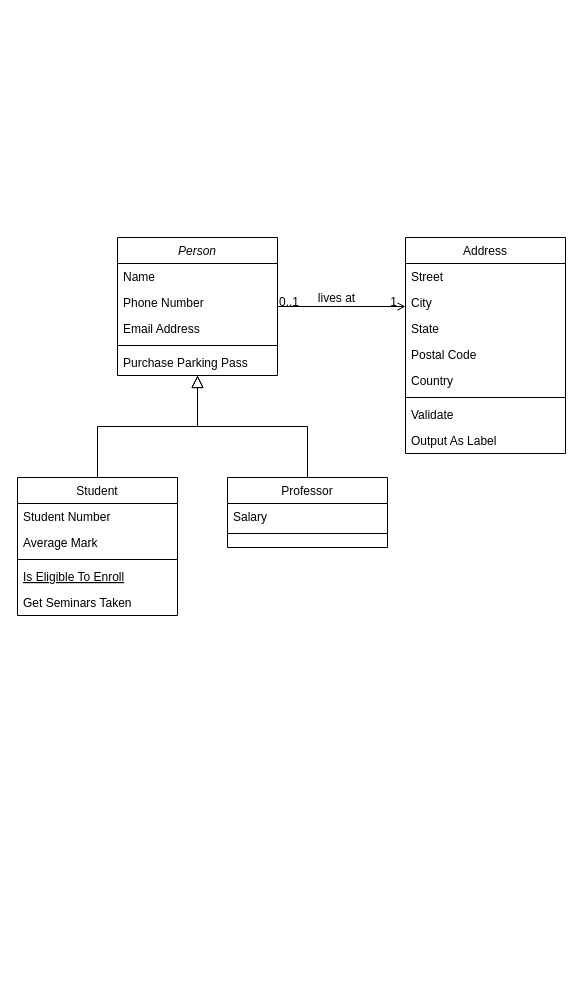
This is Bank System.drawio from reidtc82/banking-system-project, a draw.io file, before an edit. Source tidied: cells renumbered, new cells numbered last; positions are measured from the earlier drawing's top-left corner, leaving out a move shared by most shapes. Both pictures are drawn from the tidied source at 100%, with x=0, y=0 at pixel (17, 237).
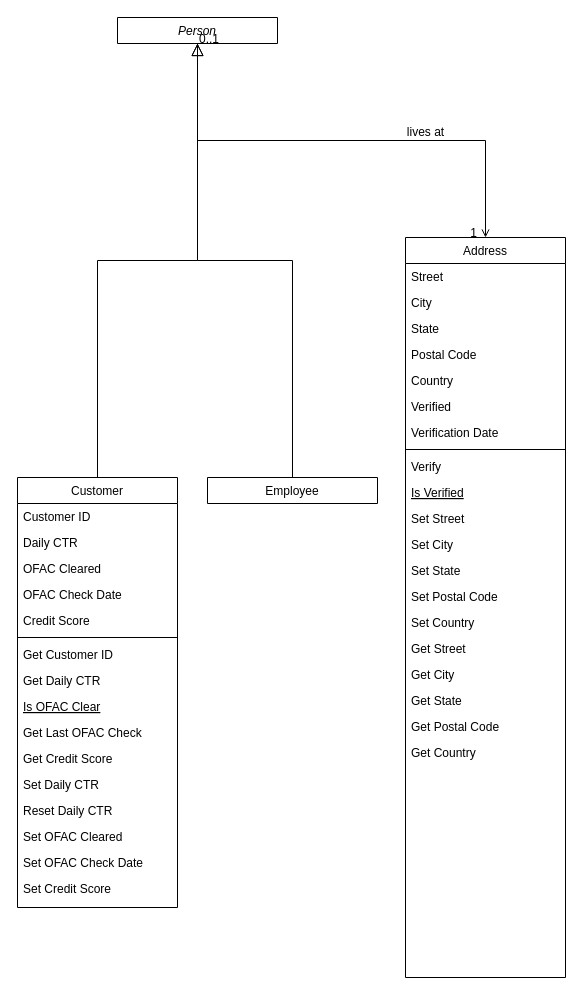
After the change.

Change to the diagram source:
```diff
@@
-    <mxCell id="2" value="Person" style="swimlane;fontStyle=2;align=center;verticalAlign=top;horizontal=1;startSize=26;rounded=0;shadow=0;strokeWidth=1;" parent="1" vertex="1">
-      <mxGeometry x="100" width="160" height="138" as="geometry" />
+    <mxCell id="2" value="Person" style="swimlane;fontStyle=2;align=center;verticalAlign=top;horizontal=1;startSize=26;rounded=0;shadow=0;strokeWidth=1;" parent="1" vertex="1" collapsed="1">
+      <mxGeometry x="100" y="-220" width="160" height="26" as="geometry" />
     </mxCell>
-    <mxCell id="3" value="Name" style="text;align=left;verticalAlign=top;spacingLeft=4;spacingRight=4;overflow=hidden;" parent="2" vertex="1">
-      <mxGeometry y="26" width="160" height="26" as="geometry" />
-    </mxCell>
-    <mxCell id="4" value="Phone Number" style="text;align=left;verticalAlign=top;spacingLeft=4;spacingRight=4;overflow=hidden;rounded=0;shadow=0;html=0;" parent="2" vertex="1">
-      <mxGeometry y="52" width="160" height="26" as="geometry" />
-    </mxCell>
-    <mxCell id="5" value="Email Address" style="text;align=left;verticalAlign=top;spacingLeft=4;spacingRight=4;overflow=hidden;rounded=0;shadow=0;html=0;" parent="2" vertex="1">
-      <mxGeometry y="78" width="160" height="26" as="geometry" />
-    </mxCell>
-    <mxCell id="6" style="line;html=1;strokeWidth=1;align=left;verticalAlign=middle;spacingTop=-1;spacingLeft=3;spacingRight=3;labelPosition=right;" parent="2" vertex="1">
-      <mxGeometry y="104" width="160" height="8" as="geometry" />
-    </mxCell>
-    <mxCell id="7" value="Purchase Parking Pass" style="text;align=left;verticalAlign=top;spacingLeft=4;spacingRight=4;overflow=hidden;" parent="2" vertex="1">
-      <mxGeometry y="112" width="160" height="26" as="geometry" />
-    </mxCell>
-    <mxCell id="8" value="Student" style="swimlane;fontStyle=0;align=center;verticalAlign=top;horizontal=1;startSize=26;rounded=0;shadow=0;strokeWidth=1;" parent="1" vertex="1">
-      <mxGeometry y="240" width="160" height="138" as="geometry" />
+    <mxCell id="8" value="Customer" style="swimlane;fontStyle=0;align=center;verticalAlign=top;horizontal=1;startSize=26;rounded=0;shadow=0;strokeWidth=1;" parent="1" vertex="1">
+      <mxGeometry y="240" width="160" height="430" as="geometry" />
     </mxCell>
-    <mxCell id="9" value="Student Number" style="text;align=left;verticalAlign=top;spacingLeft=4;spacingRight=4;overflow=hidden;" parent="8" vertex="1">
+    <mxCell id="9" value="Customer ID" style="text;align=left;verticalAlign=top;spacingLeft=4;spacingRight=4;overflow=hidden;" parent="8" vertex="1">
       <mxGeometry y="26" width="160" height="26" as="geometry" />
     </mxCell>
-    <mxCell id="10" value="Average Mark" style="text;align=left;verticalAlign=top;spacingLeft=4;spacingRight=4;overflow=hidden;rounded=0;shadow=0;html=0;" parent="8" vertex="1">
-      <mxGeometry y="52" width="160" height="26" as="geometry" />
-    </mxCell>
+    <mxCell id="32" value="Daily CTR" style="text;align=left;verticalAlign=top;spacingLeft=4;spacingRight=4;overflow=hidden;" parent="8" vertex="1">
+      <mxGeometry y="52" width="160" height="26" as="geometry" />
+    </mxCell>
+    <mxCell id="33" value="OFAC Cleared" style="text;align=left;verticalAlign=top;spacingLeft=4;spacingRight=4;overflow=hidden;" parent="8" vertex="1">
+      <mxGeometry y="78" width="160" height="26" as="geometry" />
+    </mxCell>
+    <mxCell id="34" value="OFAC Check Date" style="text;align=left;verticalAlign=top;spacingLeft=4;spacingRight=4;overflow=hidden;" parent="8" vertex="1">
+      <mxGeometry y="104" width="160" height="26" as="geometry" />
+    </mxCell>
+    <mxCell id="35" value="Credit Score" style="text;align=left;verticalAlign=top;spacingLeft=4;spacingRight=4;overflow=hidden;" parent="8" vertex="1">
+      <mxGeometry y="130" width="160" height="26" as="geometry" />
+    </mxCell>
     <mxCell id="11" style="line;html=1;strokeWidth=1;align=left;verticalAlign=middle;spacingTop=-1;spacingLeft=3;spacingRight=3;labelPosition=right;" parent="8" vertex="1">
-      <mxGeometry y="78" width="160" height="8" as="geometry" />
+      <mxGeometry y="156" width="160" height="8" as="geometry" />
     </mxCell>
-    <mxCell id="12" value="Is Eligible To Enroll" style="text;align=left;verticalAlign=top;spacingLeft=4;spacingRight=4;overflow=hidden;fontStyle=4;" parent="8" vertex="1">
-      <mxGeometry y="86" width="160" height="26" as="geometry" />
-    </mxCell>
-    <mxCell id="13" value="Get Seminars Taken" style="text;align=left;verticalAlign=top;spacingLeft=4;spacingRight=4;overflow=hidden;" parent="8" vertex="1">
-      <mxGeometry y="112" width="160" height="26" as="geometry" />
-    </mxCell>
+    <mxCell id="36" value="Get Customer ID" style="text;align=left;verticalAlign=top;spacingLeft=4;spacingRight=4;overflow=hidden;" parent="8" vertex="1">
+      <mxGeometry y="164" width="160" height="26" as="geometry" />
+    </mxCell>
+    <mxCell id="37" value="Get Daily CTR " style="text;align=left;verticalAlign=top;spacingLeft=4;spacingRight=4;overflow=hidden;" parent="8" vertex="1">
+      <mxGeometry y="190" width="160" height="26" as="geometry" />
+    </mxCell>
+    <mxCell id="38" value="Is OFAC Clear" style="text;align=left;verticalAlign=top;spacingLeft=4;spacingRight=4;overflow=hidden;fontStyle=4;" parent="8" vertex="1">
+      <mxGeometry y="216" width="160" height="26" as="geometry" />
+    </mxCell>
+    <mxCell id="39" value="Get Last OFAC Check" style="text;align=left;verticalAlign=top;spacingLeft=4;spacingRight=4;overflow=hidden;" parent="8" vertex="1">
+      <mxGeometry y="242" width="160" height="26" as="geometry" />
+    </mxCell>
+    <mxCell id="40" value="Get Credit Score" style="text;align=left;verticalAlign=top;spacingLeft=4;spacingRight=4;overflow=hidden;" parent="8" vertex="1">
+      <mxGeometry y="268" width="160" height="26" as="geometry" />
+    </mxCell>
+    <mxCell id="41" value="Set Daily CTR" style="text;align=left;verticalAlign=top;spacingLeft=4;spacingRight=4;overflow=hidden;" parent="8" vertex="1">
+      <mxGeometry y="294" width="160" height="26" as="geometry" />
+    </mxCell>
+    <mxCell id="42" value="Reset Daily CTR" style="text;align=left;verticalAlign=top;spacingLeft=4;spacingRight=4;overflow=hidden;" parent="8" vertex="1">
+      <mxGeometry y="320" width="160" height="26" as="geometry" />
+    </mxCell>
+    <mxCell id="43" value="Set OFAC Cleared" style="text;align=left;verticalAlign=top;spacingLeft=4;spacingRight=4;overflow=hidden;" parent="8" vertex="1">
+      <mxGeometry y="346" width="160" height="26" as="geometry" />
+    </mxCell>
+    <mxCell id="44" value="Set OFAC Check Date" style="text;align=left;verticalAlign=top;spacingLeft=4;spacingRight=4;overflow=hidden;" parent="8" vertex="1">
+      <mxGeometry y="372" width="160" height="26" as="geometry" />
+    </mxCell>
+    <mxCell id="45" value="Set Credit Score" style="text;align=left;verticalAlign=top;spacingLeft=4;spacingRight=4;overflow=hidden;" parent="8" vertex="1">
+      <mxGeometry y="398" width="160" height="26" as="geometry" />
+    </mxCell>
@@
-    <mxCell id="15" value="Professor" style="swimlane;fontStyle=0;align=center;verticalAlign=top;horizontal=1;startSize=26;rounded=0;shadow=0;strokeWidth=1;" parent="1" vertex="1">
-      <mxGeometry x="210" y="240" width="160" height="70" as="geometry" />
+    <mxCell id="15" value="Employee" style="swimlane;fontStyle=0;align=center;verticalAlign=top;horizontal=1;startSize=26;rounded=0;shadow=0;strokeWidth=1;" parent="1" vertex="1" collapsed="1">
+      <mxGeometry x="190" y="240" width="170" height="26" as="geometry" />
     </mxCell>
-    <mxCell id="16" value="Salary" style="text;align=left;verticalAlign=top;spacingLeft=4;spacingRight=4;overflow=hidden;" parent="15" vertex="1">
-      <mxGeometry y="26" width="160" height="26" as="geometry" />
-    </mxCell>
-    <mxCell id="17" style="line;html=1;strokeWidth=1;align=left;verticalAlign=middle;spacingTop=-1;spacingLeft=3;spacingRight=3;labelPosition=right;" parent="15" vertex="1">
-      <mxGeometry y="52" width="160" height="8" as="geometry" />
-    </mxCell>
@@
     <mxCell id="19" value="Address" style="swimlane;fontStyle=0;align=center;verticalAlign=top;horizontal=1;startSize=26;rounded=0;shadow=0;strokeWidth=1;" parent="1" vertex="1">
-      <mxGeometry x="388" width="160" height="216" as="geometry" />
+      <mxGeometry x="388" width="160" height="740" as="geometry" />
     </mxCell>
@@
+    <mxCell id="46" value="Verified" style="text;align=left;verticalAlign=top;spacingLeft=4;spacingRight=4;overflow=hidden;" parent="19" vertex="1">
+      <mxGeometry y="156" width="160" height="26" as="geometry" />
+    </mxCell>
+    <mxCell id="47" value="Verification Date" style="text;align=left;verticalAlign=top;spacingLeft=4;spacingRight=4;overflow=hidden;" parent="19" vertex="1">
+      <mxGeometry y="182" width="160" height="26" as="geometry" />
+    </mxCell>
     <mxCell id="25" style="line;html=1;strokeWidth=1;align=left;verticalAlign=middle;spacingTop=-1;spacingLeft=3;spacingRight=3;labelPosition=right;" parent="19" vertex="1">
-      <mxGeometry y="156" width="160" height="8" as="geometry" />
+      <mxGeometry y="208" width="160" height="8" as="geometry" />
     </mxCell>
-    <mxCell id="26" value="Validate" style="text;align=left;verticalAlign=top;spacingLeft=4;spacingRight=4;overflow=hidden;" parent="19" vertex="1">
-      <mxGeometry y="164" width="160" height="26" as="geometry" />
+    <mxCell id="26" value="Verify" style="text;align=left;verticalAlign=top;spacingLeft=4;spacingRight=4;overflow=hidden;" parent="19" vertex="1">
+      <mxGeometry y="216" width="160" height="26" as="geometry" />
     </mxCell>
-    <mxCell id="27" value="Output As Label" style="text;align=left;verticalAlign=top;spacingLeft=4;spacingRight=4;overflow=hidden;" parent="19" vertex="1">
-      <mxGeometry y="190" width="160" height="26" as="geometry" />
+    <mxCell id="27" value="Is Verified" style="text;align=left;verticalAlign=top;spacingLeft=4;spacingRight=4;overflow=hidden;fontStyle=4;" parent="19" vertex="1">
+      <mxGeometry y="242" width="160" height="26" as="geometry" />
     </mxCell>
+    <mxCell id="48" value="Set Street" style="text;align=left;verticalAlign=top;spacingLeft=4;spacingRight=4;overflow=hidden;" parent="19" vertex="1">
+      <mxGeometry y="268" width="160" height="26" as="geometry" />
+    </mxCell>
+    <mxCell id="49" value="Set City" style="text;align=left;verticalAlign=top;spacingLeft=4;spacingRight=4;overflow=hidden;" parent="19" vertex="1">
+      <mxGeometry y="294" width="160" height="26" as="geometry" />
+    </mxCell>
+    <mxCell id="50" value="Set State" style="text;align=left;verticalAlign=top;spacingLeft=4;spacingRight=4;overflow=hidden;" parent="19" vertex="1">
+      <mxGeometry y="320" width="160" height="26" as="geometry" />
+    </mxCell>
+    <mxCell id="51" value="Set Postal Code" style="text;align=left;verticalAlign=top;spacingLeft=4;spacingRight=4;overflow=hidden;" parent="19" vertex="1">
+      <mxGeometry y="346" width="160" height="26" as="geometry" />
+    </mxCell>
+    <mxCell id="52" value="Set Country" style="text;align=left;verticalAlign=top;spacingLeft=4;spacingRight=4;overflow=hidden;" parent="19" vertex="1">
+      <mxGeometry y="372" width="160" height="26" as="geometry" />
+    </mxCell>
+    <mxCell id="53" value="Get Street" style="text;align=left;verticalAlign=top;spacingLeft=4;spacingRight=4;overflow=hidden;" parent="19" vertex="1">
+      <mxGeometry y="398" width="160" height="26" as="geometry" />
+    </mxCell>
+    <mxCell id="54" value="Get City" style="text;align=left;verticalAlign=top;spacingLeft=4;spacingRight=4;overflow=hidden;" parent="19" vertex="1">
+      <mxGeometry y="424" width="160" height="26" as="geometry" />
+    </mxCell>
+    <mxCell id="55" value="Get State" style="text;align=left;verticalAlign=top;spacingLeft=4;spacingRight=4;overflow=hidden;" parent="19" vertex="1">
+      <mxGeometry y="450" width="160" height="26" as="geometry" />
+    </mxCell>
+    <mxCell id="56" value="Get Postal Code" style="text;align=left;verticalAlign=top;spacingLeft=4;spacingRight=4;overflow=hidden;" parent="19" vertex="1">
+      <mxGeometry y="476" width="160" height="26" as="geometry" />
+    </mxCell>
+    <mxCell id="57" value="Get Country" style="text;align=left;verticalAlign=top;spacingLeft=4;spacingRight=4;overflow=hidden;" parent="19" vertex="1">
+      <mxGeometry y="502" width="160" height="26" as="geometry" />
+    </mxCell>
```
